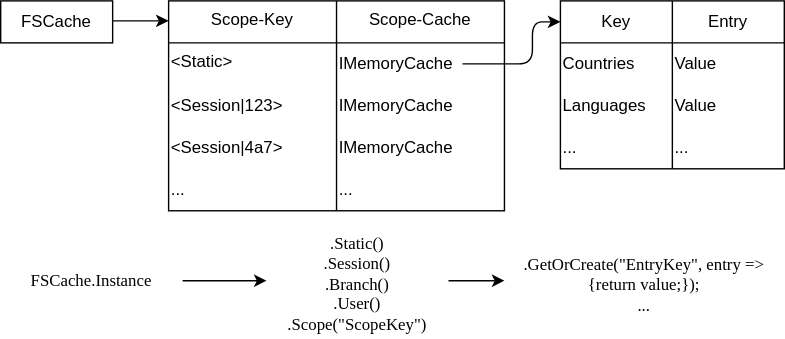
Before: v4.7/doc/konzepte/media/fscache-struktur.drawio.svg, a diagram exported from draw.io (FrameworkSystemsGmbH/fsdocs). Source tidied: cells renumbered, new cells last; positions are measured from the earlier drawing's top-left corner, leaving out a move shared by most shapes. The source it was exported from:
```xml
<mxGraphModel>
  <root>
    <mxCell id="0" />
    <mxCell id="1" parent="0" />
    <mxCell id="2" style="edgeStyle=elbowEdgeStyle;html=1;elbow=vertical;endArrow=classic;endFill=1;entryX=0;entryY=0.5;entryDx=0;entryDy=0;" parent="1" edge="1" source="3" target="6">
      <mxGeometry relative="1" as="geometry" />
    </mxCell>
    <mxCell id="3" value="FSCache" style="rounded=0;whiteSpace=wrap;html=1;fillColor=none;" parent="1" vertex="1">
      <mxGeometry width="80" height="30" as="geometry" />
    </mxCell>
    <mxCell id="4" style="group;" parent="1" vertex="1">
      <mxGeometry x="120" y="10" width="240" height="140" as="geometry" />
    </mxCell>
    <mxCell id="5" style="shape=internalStorage;whiteSpace=wrap;html=1;backgroundOutline=1;dx=120;dy=30;fillColor=none;" parent="4" vertex="1">
      <mxGeometry y="-10" width="240" height="150" as="geometry" />
    </mxCell>
    <mxCell id="6" value="Scope-Key" style="text;html=1;strokeColor=none;fillColor=none;align=center;verticalAlign=middle;whiteSpace=wrap;rounded=0;" parent="4" vertex="1">
      <mxGeometry y="-10" width="120" height="28.7" as="geometry" />
    </mxCell>
    <mxCell id="7" value="Scope-Cache" style="text;html=1;strokeColor=none;fillColor=none;align=center;verticalAlign=middle;whiteSpace=wrap;rounded=0;" parent="4" vertex="1">
      <mxGeometry x="120" y="-10" width="120" height="28.7" as="geometry" />
    </mxCell>
    <mxCell id="8" value="&amp;lt;Static&amp;gt;" style="text;html=1;strokeColor=none;fillColor=none;align=left;verticalAlign=middle;whiteSpace=wrap;rounded=0;" parent="4" vertex="1">
      <mxGeometry y="18.7" width="57.5" height="31.3" as="geometry" />
    </mxCell>
    <mxCell id="9" value="&amp;lt;Session|123&amp;gt;" style="text;html=1;strokeColor=none;fillColor=none;align=left;verticalAlign=middle;whiteSpace=wrap;rounded=0;" parent="4" vertex="1">
      <mxGeometry y="50" width="57.5" height="30" as="geometry" />
    </mxCell>
    <mxCell id="10" value="&amp;lt;Session|4a7&amp;gt;" style="text;html=1;strokeColor=none;fillColor=none;align=left;verticalAlign=middle;whiteSpace=wrap;rounded=0;" parent="4" vertex="1">
      <mxGeometry y="80" width="57.5" height="30" as="geometry" />
    </mxCell>
    <mxCell id="11" value="..." style="text;html=1;strokeColor=none;fillColor=none;align=left;verticalAlign=middle;whiteSpace=wrap;rounded=0;" parent="4" vertex="1">
      <mxGeometry y="110" width="57.5" height="30" as="geometry" />
    </mxCell>
    <mxCell id="12" value="IMemoryCache" style="text;html=1;strokeColor=none;fillColor=none;align=left;verticalAlign=middle;whiteSpace=wrap;rounded=0;" parent="4" vertex="1">
      <mxGeometry x="120" y="20" width="90" height="30" as="geometry" />
    </mxCell>
    <mxCell id="13" value="IMemoryCache" style="text;html=1;strokeColor=none;fillColor=none;align=left;verticalAlign=middle;whiteSpace=wrap;rounded=0;" parent="4" vertex="1">
      <mxGeometry x="120" y="50" width="57.5" height="30" as="geometry" />
    </mxCell>
    <mxCell id="14" value="IMemoryCache" style="text;html=1;strokeColor=none;fillColor=none;align=left;verticalAlign=middle;whiteSpace=wrap;rounded=0;" parent="4" vertex="1">
      <mxGeometry x="120" y="80" width="57.5" height="30" as="geometry" />
    </mxCell>
    <mxCell id="15" value="..." style="text;html=1;strokeColor=none;fillColor=none;align=left;verticalAlign=middle;whiteSpace=wrap;rounded=0;" parent="4" vertex="1">
      <mxGeometry x="120" y="110" width="57.5" height="30" as="geometry" />
    </mxCell>
    <mxCell id="16" style="edgeStyle=orthogonalEdgeStyle;html=1;entryX=0;entryY=0.5;entryDx=0;entryDy=0;endArrow=classic;endFill=1;elbow=vertical;exitX=1;exitY=0.5;exitDx=0;exitDy=0;" parent="1" edge="1" source="12" target="19">
      <mxGeometry relative="1" as="geometry">
        <Array as="points">
          <mxPoint x="380" y="45" />
          <mxPoint x="380" y="15" />
        </Array>
      </mxGeometry>
    </mxCell>
    <mxCell id="17" style="group;" parent="1" vertex="1">
      <mxGeometry x="400" width="160" height="120" as="geometry" />
    </mxCell>
    <mxCell id="18" style="shape=internalStorage;whiteSpace=wrap;html=1;backgroundOutline=1;dx=80;dy=30;fillColor=none;" parent="17" vertex="1">
      <mxGeometry width="160" height="120" as="geometry" />
    </mxCell>
    <mxCell id="19" value="Key" style="text;html=1;strokeColor=none;fillColor=none;align=center;verticalAlign=middle;whiteSpace=wrap;rounded=0;" parent="17" vertex="1">
      <mxGeometry width="80" height="30" as="geometry" />
    </mxCell>
    <mxCell id="20" value="Entry" style="text;html=1;strokeColor=none;fillColor=none;align=center;verticalAlign=middle;whiteSpace=wrap;rounded=0;" parent="17" vertex="1">
      <mxGeometry x="80" width="80" height="30" as="geometry" />
    </mxCell>
    <mxCell id="21" value="Countries" style="text;html=1;strokeColor=none;fillColor=none;align=left;verticalAlign=middle;whiteSpace=wrap;rounded=0;" parent="17" vertex="1">
      <mxGeometry y="30" width="80" height="30" as="geometry" />
    </mxCell>
    <mxCell id="22" value="Languages" style="text;html=1;strokeColor=none;fillColor=none;align=left;verticalAlign=middle;whiteSpace=wrap;rounded=0;" parent="17" vertex="1">
      <mxGeometry y="60" width="80" height="30" as="geometry" />
    </mxCell>
    <mxCell id="23" value="..." style="text;html=1;strokeColor=none;fillColor=none;align=left;verticalAlign=middle;whiteSpace=wrap;rounded=0;" parent="17" vertex="1">
      <mxGeometry y="90" width="80" height="30" as="geometry" />
    </mxCell>
    <mxCell id="24" value="Value" style="text;html=1;strokeColor=none;fillColor=none;align=left;verticalAlign=middle;whiteSpace=wrap;rounded=0;" parent="17" vertex="1">
      <mxGeometry x="80" y="30" width="70" height="30" as="geometry" />
    </mxCell>
    <mxCell id="25" value="Value" style="text;html=1;strokeColor=none;fillColor=none;align=left;verticalAlign=middle;whiteSpace=wrap;rounded=0;" parent="17" vertex="1">
      <mxGeometry x="80" y="60" width="70" height="30" as="geometry" />
    </mxCell>
    <mxCell id="26" value="..." style="text;html=1;strokeColor=none;fillColor=none;align=left;verticalAlign=middle;whiteSpace=wrap;rounded=0;" parent="17" vertex="1">
      <mxGeometry x="80" y="90" width="70" height="30" as="geometry" />
    </mxCell>
    <mxCell id="27" style="edgeStyle=elbowEdgeStyle;html=1;entryX=0;entryY=0.5;entryDx=0;entryDy=0;fontFamily=Lucida Console;endArrow=classic;endFill=1;" parent="1" edge="1" source="28" target="30">
      <mxGeometry relative="1" as="geometry" />
    </mxCell>
    <mxCell id="28" value="FSCache.Instance" style="text;html=1;strokeColor=none;fillColor=none;align=center;verticalAlign=middle;whiteSpace=wrap;rounded=0;fontFamily=Lucida Console;" parent="1" vertex="1">
      <mxGeometry y="175" width="130" height="50" as="geometry" />
    </mxCell>
    <mxCell id="29" style="edgeStyle=elbowEdgeStyle;html=1;entryX=0;entryY=0.5;entryDx=0;entryDy=0;fontFamily=Lucida Console;endArrow=classic;endFill=1;" parent="1" edge="1" source="30" target="31">
      <mxGeometry relative="1" as="geometry" />
    </mxCell>
    <mxCell id="30" value=".Static()&lt;br&gt;.Session()&lt;br&gt;.Branch()&lt;br&gt;.User()&lt;br&gt;&lt;font&gt;.Scope(&quot;ScopeKey&quot;)&lt;/font&gt;" style="text;html=1;strokeColor=none;fillColor=none;align=center;verticalAlign=top;whiteSpace=wrap;rounded=0;fontFamily=Lucida Console;fontColor=#000000;" parent="1" vertex="1">
      <mxGeometry x="190" y="160" width="130" height="80" as="geometry" />
    </mxCell>
    <mxCell id="31" value=".GetOrCreate(&quot;EntryKey&quot;, entry =&amp;gt; {return value;});&lt;br&gt;..." style="text;html=1;strokeColor=none;fillColor=none;align=center;verticalAlign=top;whiteSpace=wrap;rounded=0;fontFamily=Lucida Console;" parent="1" vertex="1">
      <mxGeometry x="360" y="175" width="200" height="50" as="geometry" />
    </mxCell>
  </root>
</mxGraphModel>
```
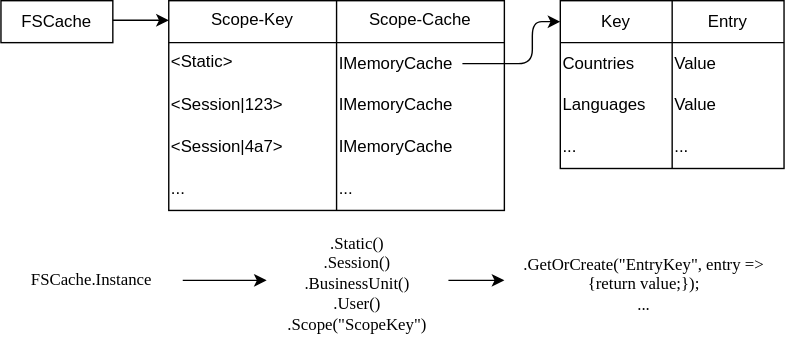
Above is the later version.

Change to the diagram source:
```diff
@@ -91,7 +91,7 @@
     <mxCell id="29" style="edgeStyle=elbowEdgeStyle;html=1;entryX=0;entryY=0.5;entryDx=0;entryDy=0;fontFamily=Lucida Console;endArrow=classic;endFill=1;" parent="1" edge="1" source="30" target="31">
       <mxGeometry relative="1" as="geometry" />
     </mxCell>
-    <mxCell id="30" value=".Static()&lt;br&gt;.Session()&lt;br&gt;.Branch()&lt;br&gt;.User()&lt;br&gt;&lt;font&gt;.Scope(&quot;ScopeKey&quot;)&lt;/font&gt;" style="text;html=1;strokeColor=none;fillColor=none;align=center;verticalAlign=top;whiteSpace=wrap;rounded=0;fontFamily=Lucida Console;fontColor=#000000;" parent="1" vertex="1">
+    <mxCell id="30" value=".Static()&lt;br&gt;.Session()&lt;br&gt;.BusinessUnit()&lt;br&gt;.User()&lt;br&gt;&lt;font&gt;.Scope(&quot;ScopeKey&quot;)&lt;/font&gt;" style="text;html=1;strokeColor=none;fillColor=none;align=center;verticalAlign=top;whiteSpace=wrap;rounded=0;fontFamily=Lucida Console;fontColor=#000000;" parent="1" vertex="1">
       <mxGeometry x="190" y="160" width="130" height="80" as="geometry" />
     </mxCell>
     <mxCell id="31" value=".GetOrCreate(&quot;EntryKey&quot;, entry =&amp;gt; {return value;});&lt;br&gt;..." style="text;html=1;strokeColor=none;fillColor=none;align=center;verticalAlign=top;whiteSpace=wrap;rounded=0;fontFamily=Lucida Console;" parent="1" vertex="1">
```
